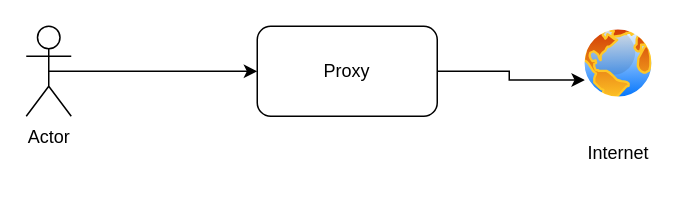
The draw.io diagram Proxy.drawio in manishkumar-dsi/drawio, before the edit. Source tidied: cells renumbered, new cells numbered last; positions are measured from the earlier drawing's top-left corner, leaving out a move shared by most shapes. Both pictures are drawn from the tidied source at 150%, with x=0, y=0 at pixel (26, 26).
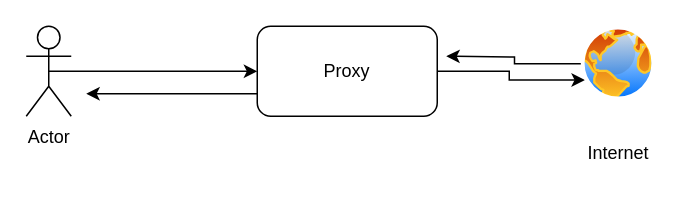
After the change.

The edit, as a diff of the source:
```diff
@@
 <mxGraphModel>
   <root>
     <mxCell id="0" />
     <mxCell id="1" parent="0" />
     <mxCell id="2" style="edgeStyle=orthogonalEdgeStyle;rounded=0;jettySize=auto;html=1;exitX=0.5;exitY=0.5;exitDx=0;exitDy=0;exitPerimeter=0;entryX=0;entryY=0.5;entryDx=0;entryDy=0;" parent="1" edge="1" source="3" target="5">
       <mxGeometry relative="1" as="geometry" />
     </mxCell>
     <mxCell id="3" value="Actor" style="shape=umlActor;verticalLabelPosition=bottom;verticalAlign=top;html=1;outlineConnect=0;" parent="1" vertex="1">
       <mxGeometry width="30" height="60" as="geometry" />
     </mxCell>
     <mxCell id="4" style="edgeStyle=orthogonalEdgeStyle;rounded=0;jettySize=auto;html=1;exitX=1;exitY=0.5;exitDx=0;exitDy=0;entryX=0;entryY=0.75;entryDx=0;entryDy=0;" parent="1" edge="1" source="5" target="6">
       <mxGeometry relative="1" as="geometry" />
     </mxCell>
+    <mxCell id="8" style="edgeStyle=orthogonalEdgeStyle;rounded=0;jettySize=auto;html=1;exitX=0;exitY=0.75;exitDx=0;exitDy=0;" parent="1" edge="1" source="5">
+      <mxGeometry relative="1" as="geometry">
+        <mxPoint x="40" y="45" as="targetPoint" />
+      </mxGeometry>
+    </mxCell>
     <mxCell id="5" value="Proxy" style="rounded=1;whiteSpace=wrap;html=1;" parent="1" vertex="1">
       <mxGeometry x="154" width="120" height="60" as="geometry" />
     </mxCell>
+    <mxCell id="9" style="edgeStyle=orthogonalEdgeStyle;rounded=0;jettySize=auto;html=1;" parent="1" edge="1" source="6">
+      <mxGeometry relative="1" as="geometry">
+        <mxPoint x="280" y="20" as="targetPoint" />
+      </mxGeometry>
+    </mxCell>
     <mxCell id="6" style="image;perimeter=ellipsePerimeter;html=1;align=center;shadow=0;dashed=0;spacingTop=3;image=img/lib/active_directory/internet_globe.svg;" parent="1" vertex="1">
       <mxGeometry x="370" width="50" height="50" as="geometry" />
     </mxCell>
     <mxCell id="7" value="Internet" style="text;html=1;strokeColor=none;fillColor=none;align=center;verticalAlign=middle;whiteSpace=wrap;rounded=0;" parent="1" vertex="1">
       <mxGeometry x="365" y="70" width="60" height="30" as="geometry" />
     </mxCell>
   </root>
 </mxGraphModel>
```
